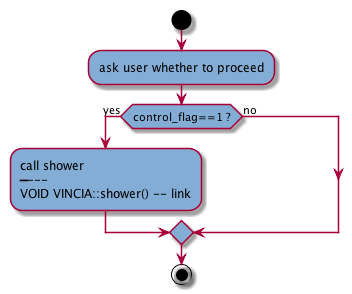
Before: flowdoc/aux_files/cFmain.png, a diagram exported from PlantUML (jlopezvi/Flowgen).
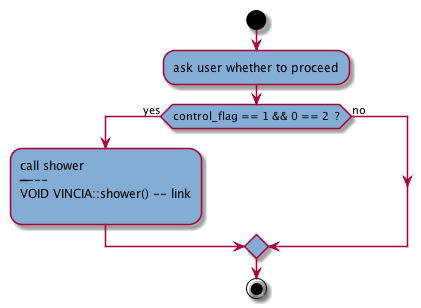
The same diagram one commit later.

What changed in the source:
```diff
@@ -4,7 +4,7 @@
  skinparam activityBackgroundColor #84add6
 :#84add6:ask user whether to proceed;
 
-if (control_flag==1 ?) then(yes)
+if (control_flag == 1 && 0 == 2  ?) then(yes)
    :#84add6:call shower\n--------\nVOID VINCIA::shower() -- [[source1.html#cCVINCIAFshower link]]\n;
 else(no)
 endif
```
